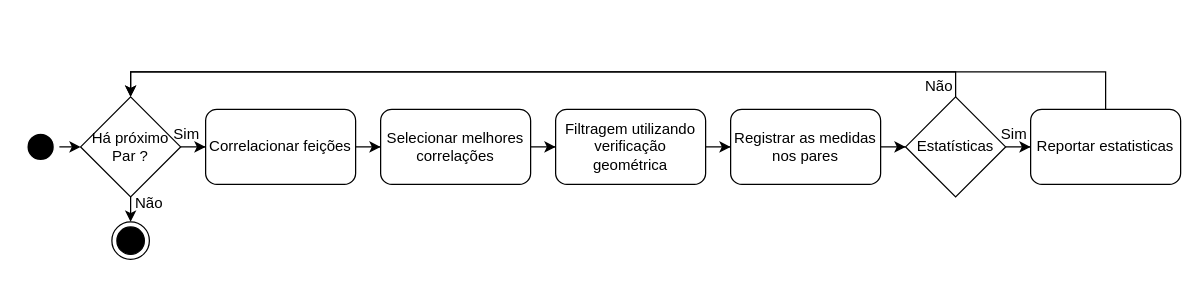
This is page "Fluxo_Pares" (4 of 6) of Final_Diagrams.drawio from tatorj/Tcc, a draw.io file, before an edit. Source tidied: cells renumbered, new cells numbered last; positions are measured from the earlier drawing's top-left corner, leaving out a move shared by most shapes. Both pictures are drawn from the tidied source at 125%, with x=0, y=0 at pixel (21, 68).
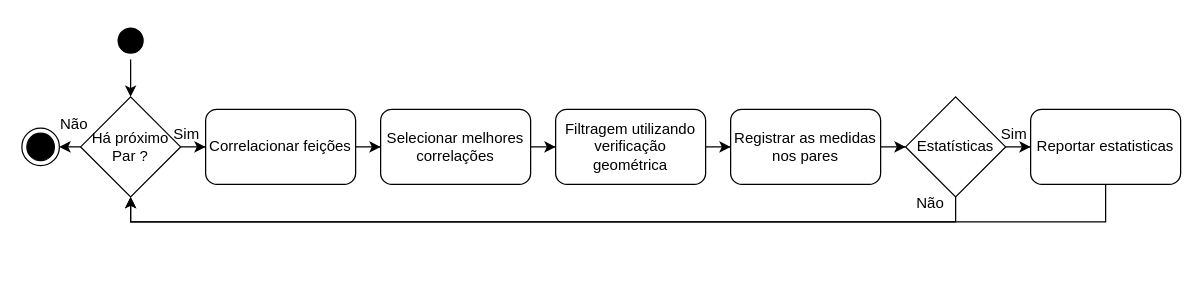
After the change.

Unchanged cells that the change refers to:
```xml
<mxCell id="4" value="Há próximo Par ?" style="rhombus;whiteSpace=wrap;html=1;" parent="1" vertex="1">
  <mxGeometry x="47" y="23" width="80" height="80" as="geometry" />
</mxCell>
<mxCell id="16" value="Estatísticas" style="rhombus;whiteSpace=wrap;html=1;" parent="1" vertex="1">
  <mxGeometry x="707" y="23" width="80" height="80" as="geometry" />
</mxCell>
<mxCell id="19" value="Reportar estatisticas" style="rounded=1;whiteSpace=wrap;html=1;" parent="1" vertex="1">
  <mxGeometry x="807" y="33" width="120" height="60" as="geometry" />
</mxCell>
```

What changed in the source:
```diff
@@
-    <mxCell id="3" style="edgeStyle=orthogonalEdgeStyle;rounded=0;jettySize=auto;html=1;exitX=0.5;exitY=1;exitDx=0;exitDy=0;entryX=0.5;entryY=0;entryDx=0;entryDy=0;" parent="1" edge="1" source="4" target="22">
+    <mxCell id="3" style="edgeStyle=orthogonalEdgeStyle;rounded=0;jettySize=auto;html=1;exitX=0;exitY=0.5;exitDx=0;exitDy=0;entryX=1;entryY=0.5;entryDx=0;entryDy=0;" parent="1" edge="1" source="4" target="22">
       <mxGeometry relative="1" as="geometry" />
     </mxCell>
@@
     <mxCell id="11" value="Não" style="text;html=1;strokeColor=none;fillColor=none;align=center;verticalAlign=middle;whiteSpace=wrap;rounded=0;" parent="1" vertex="1">
-      <mxGeometry x="704" width="60" height="30" as="geometry" />
+      <mxGeometry x="697" y="93" width="60" height="30" as="geometry" />
     </mxCell>
@@
-    <mxCell id="15" style="edgeStyle=orthogonalEdgeStyle;rounded=0;jettySize=auto;html=1;exitX=0.5;exitY=0;exitDx=0;exitDy=0;entryX=0.5;entryY=0;entryDx=0;entryDy=0;" parent="1" edge="1" source="16" target="4">
-      <mxGeometry relative="1" as="geometry" />
+    <mxCell id="15" style="edgeStyle=orthogonalEdgeStyle;rounded=0;jettySize=auto;html=1;exitX=0.5;exitY=0;exitDx=0;exitDy=0;entryX=0.5;entryY=1;entryDx=0;entryDy=0;" parent="1" edge="1" source="16" target="4">
+      <mxGeometry relative="1" as="geometry">
+        <Array as="points">
+          <mxPoint x="747" y="123" />
+          <mxPoint x="87" y="123" />
+        </Array>
+      </mxGeometry>
     </mxCell>
@@
-    <mxCell id="18" style="edgeStyle=orthogonalEdgeStyle;rounded=0;jettySize=auto;html=1;exitX=0.5;exitY=0;exitDx=0;exitDy=0;entryX=0.5;entryY=0;entryDx=0;entryDy=0;" parent="1" edge="1" source="19" target="4">
+    <mxCell id="18" style="edgeStyle=orthogonalEdgeStyle;rounded=0;jettySize=auto;html=1;exitX=0.5;exitY=0;exitDx=0;exitDy=0;entryX=0.5;entryY=1;entryDx=0;entryDy=0;" parent="1" edge="1" source="19" target="4">
       <mxGeometry relative="1" as="geometry">
         <Array as="points">
-          <mxPoint x="867" y="3" />
-          <mxPoint x="87" y="3" />
+          <mxPoint x="867" y="123" />
+          <mxPoint x="87" y="123" />
         </Array>
       </mxGeometry>
     </mxCell>
@@
-    <mxCell id="20" style="edgeStyle=orthogonalEdgeStyle;rounded=0;jettySize=auto;html=1;exitX=1;exitY=0.5;exitDx=0;exitDy=0;entryX=0;entryY=0.5;entryDx=0;entryDy=0;" parent="1" edge="1" source="21" target="4">
+    <mxCell id="20" style="edgeStyle=orthogonalEdgeStyle;rounded=0;jettySize=auto;html=1;" parent="1" edge="1" source="21" target="4">
       <mxGeometry relative="1" as="geometry" />
     </mxCell>
     <mxCell id="21" style="ellipse;html=1;shape=startState;fillColor=#000000;strokeColor=#FFFFFF;" parent="1" vertex="1">
-      <mxGeometry y="48" width="30" height="30" as="geometry" />
+      <mxGeometry x="72" y="-37" width="30" height="30" as="geometry" />
     </mxCell>
     <mxCell id="22" style="ellipse;html=1;shape=endState;fillColor=#000000;strokeColor=#000000;" parent="1" vertex="1">
-      <mxGeometry x="72" y="123" width="30" height="30" as="geometry" />
+      <mxGeometry y="48" width="30" height="30" as="geometry" />
     </mxCell>
@@
     <mxCell id="24" value="Não" style="text;html=1;strokeColor=none;fillColor=none;align=center;verticalAlign=middle;whiteSpace=wrap;rounded=0;" parent="1" vertex="1">
-      <mxGeometry x="72" y="93" width="60" height="30" as="geometry" />
+      <mxGeometry x="12" y="30" width="60" height="30" as="geometry" />
     </mxCell>
```
